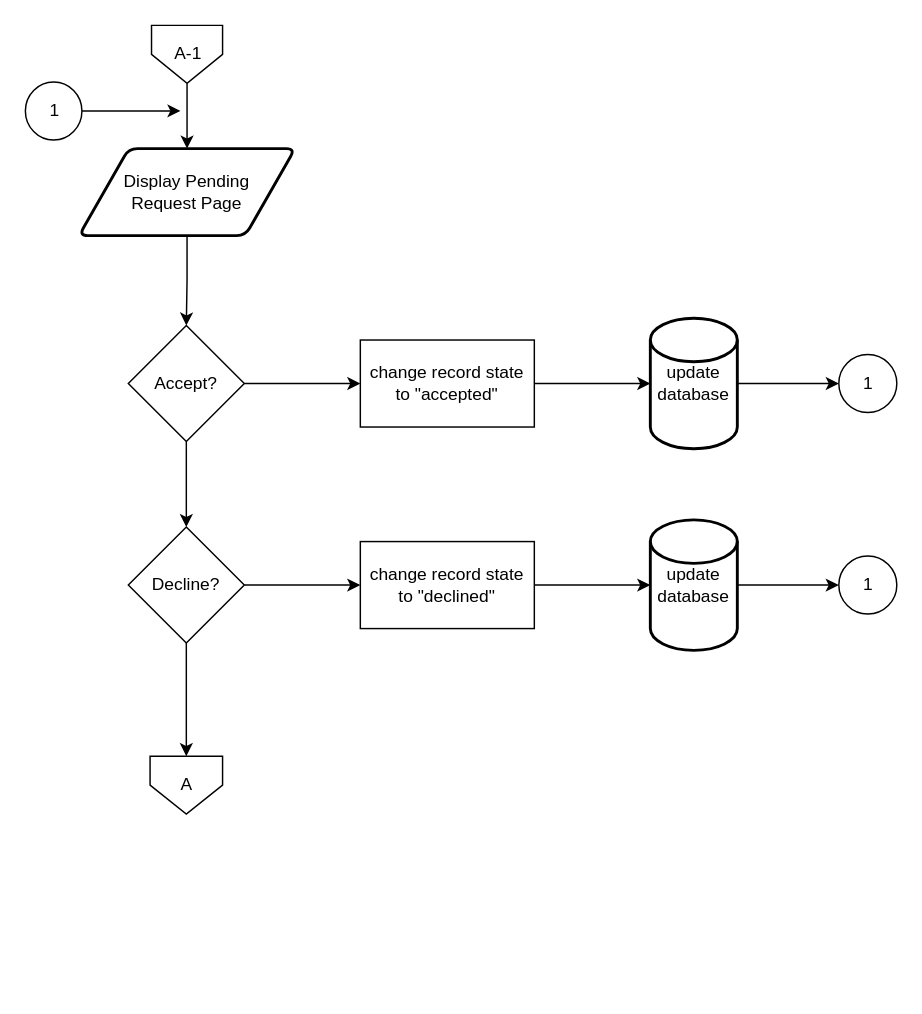
This is page "(A-1) Pending Request Page" (3 of 10) of Flowchart.drawio from justpaulmiguel/Web1Proj, a draw.io file, before an edit. Source tidied: cells renumbered, new cells numbered last; positions are measured from the earlier drawing's top-left corner, leaving out a move shared by most shapes. Both pictures are drawn from the tidied source at 145%, with x=0, y=0 at pixel (25, 25).
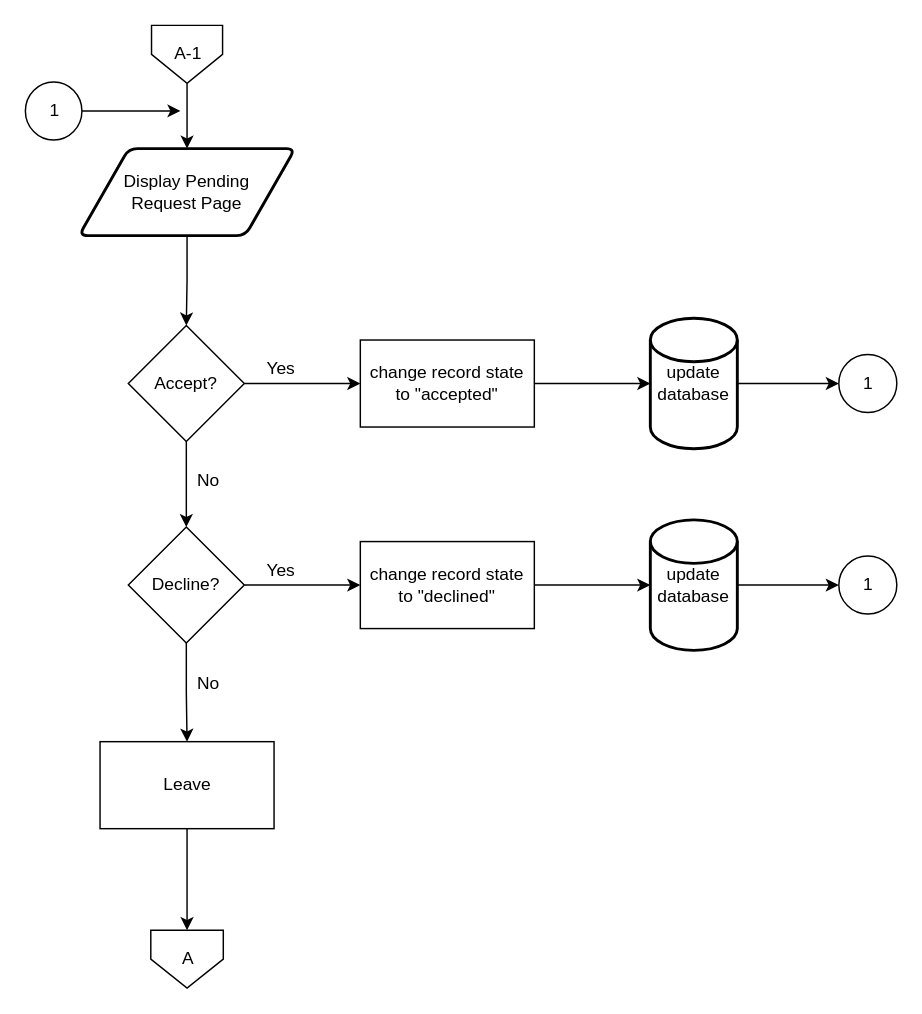
Above is the later version.

Unchanged cells that the change refers to:
```xml
<mxCell id="9" value="Decline?" style="rhombus;whiteSpace=wrap;html=1;" parent="1" vertex="1">
  <mxGeometry x="71" y="346" width="80" height="80" as="geometry" />
</mxCell>
```

The edit, as a diff of the source:
```diff
@@
-    <mxCell id="7" style="edgeStyle=orthogonalEdgeStyle;rounded=0;jettySize=auto;html=1;exitX=0.5;exitY=1;exitDx=0;exitDy=0;entryX=0.5;entryY=0;entryDx=0;entryDy=0;" parent="1" edge="1" source="9" target="10">
+    <mxCell id="7" style="edgeStyle=orthogonalEdgeStyle;rounded=0;jettySize=auto;html=1;exitX=0.5;exitY=1;exitDx=0;exitDy=0;entryX=0.5;entryY=0;entryDx=0;entryDy=0;" parent="1" edge="1" source="9" target="26">
       <mxGeometry relative="1" as="geometry" />
     </mxCell>
@@
-    <mxCell id="10" value="A" style="verticalLabelPosition=middle;verticalAlign=middle;html=1;shape=offPageConnector;rounded=0;size=0.5;labelPosition=center;align=center;" parent="1" vertex="1">
-      <mxGeometry x="86" y="504" width="50" height="40" as="geometry" />
-    </mxCell>
@@
+    <mxCell id="25" style="edgeStyle=none;html=1;exitX=0.5;exitY=1;exitDx=0;exitDy=0;entryX=0.5;entryY=0;entryDx=0;entryDy=0;" parent="1" edge="1" source="26" target="10">
+      <mxGeometry relative="1" as="geometry" />
+    </mxCell>
+    <mxCell id="26" value="Leave" style="rounded=0;whiteSpace=wrap;html=1;" parent="1" vertex="1">
+      <mxGeometry x="51.5" y="494" width="120" height="60" as="geometry" />
+    </mxCell>
+    <mxCell id="10" value="A" style="verticalLabelPosition=middle;verticalAlign=middle;html=1;shape=offPageConnector;rounded=0;size=0.5;labelPosition=center;align=center;" parent="1" vertex="1">
+      <mxGeometry x="86.5" y="624" width="50" height="40" as="geometry" />
+    </mxCell>
+    <mxCell id="27" value="No" style="text;html=1;align=center;verticalAlign=middle;strokeColor=none;fillColor=none;" parent="1" vertex="1">
+      <mxGeometry x="111" y="444" width="30" height="20" as="geometry" />
+    </mxCell>
+    <mxCell id="28" value="No" style="text;html=1;align=center;verticalAlign=middle;strokeColor=none;fillColor=none;" parent="1" vertex="1">
+      <mxGeometry x="111" y="304" width="30" height="20" as="geometry" />
+    </mxCell>
+    <mxCell id="29" value="Yes" style="text;html=1;align=center;verticalAlign=middle;strokeColor=none;fillColor=none;" parent="1" vertex="1">
+      <mxGeometry x="156" y="366" width="40" height="20" as="geometry" />
+    </mxCell>
+    <mxCell id="30" value="Yes" style="text;html=1;align=center;verticalAlign=middle;strokeColor=none;fillColor=none;" parent="1" vertex="1">
+      <mxGeometry x="156" y="227" width="40" height="20" as="geometry" />
+    </mxCell>
```
